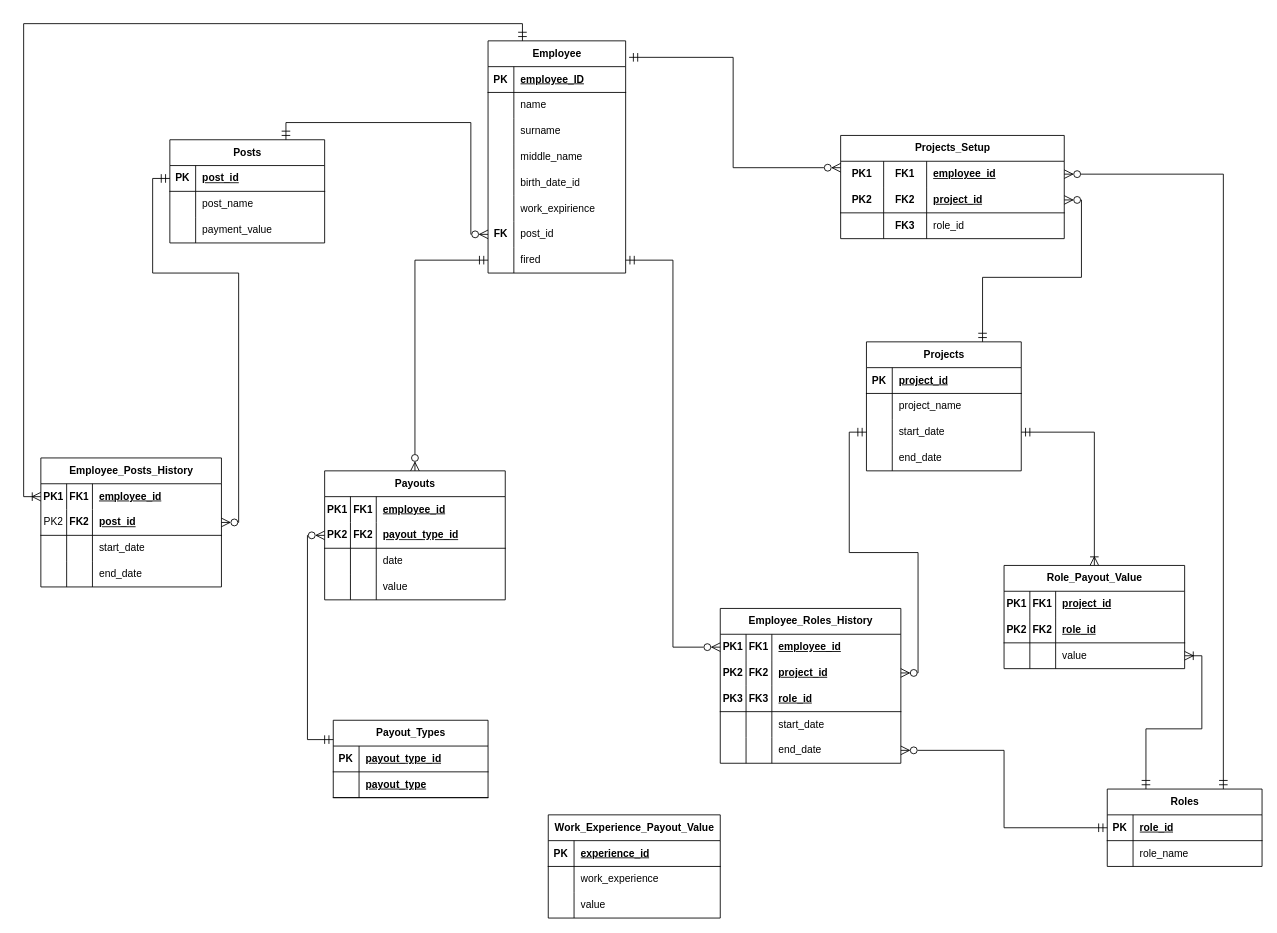
Above: SalarySatementDBScheme.drawio in yaroslav070705/SalaryStatement_JAVA_WEB (draw.io), before the change. Source tidied: cells renumbered, new cells numbered last; positions are measured from the earlier drawing's top-left corner, leaving out a move shared by most shapes. Both pictures are drawn from the tidied source at 86%, with x=0, y=0 at pixel (23, 23).
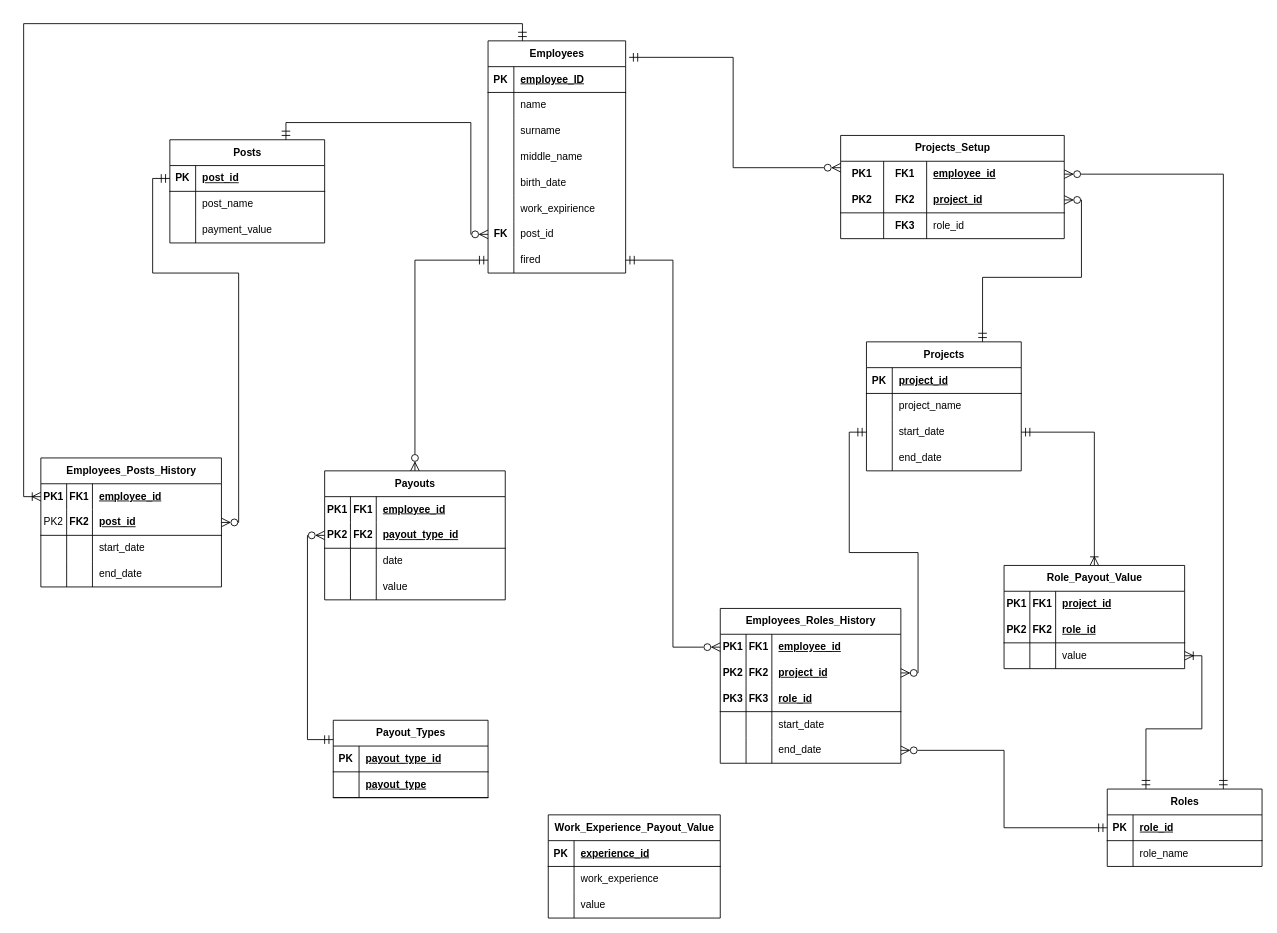
The same page after the edit.

Unchanged cells that the change refers to:
```xml
<mxCell id="15" style="shape=tableRow;horizontal=0;startSize=0;swimlaneHead=0;swimlaneBody=0;fillColor=none;top=0;left=0;right=0;bottom=0;" parent="2" vertex="1">
  <mxGeometry y="150" width="160" height="30" as="geometry" />
</mxCell>
```

The edit, as a diff of the source:
```diff
@@
-    <mxCell id="2" value="Employee" style="shape=table;startSize=30;childLayout=tableLayout;rowLines=0;fontStyle=1;align=center;html=1;" parent="1" vertex="1">
+    <mxCell id="2" value="Employees" style="shape=table;startSize=30;childLayout=tableLayout;rowLines=0;fontStyle=1;align=center;html=1;" parent="1" vertex="1">
       <mxGeometry x="540" y="20" width="160" height="270" as="geometry" />
     </mxCell>
@@
-    <mxCell id="17" value="birth_date_id" style="shape=partialRectangle;fillColor=none;top=0;left=0;bottom=0;right=0;align=left;spacingLeft=6;overflow=hidden;whiteSpace=wrap;html=1;" parent="15" vertex="1">
+    <mxCell id="17" value="birth_date" style="shape=partialRectangle;fillColor=none;top=0;left=0;bottom=0;right=0;align=left;spacingLeft=6;overflow=hidden;whiteSpace=wrap;html=1;" parent="15" vertex="1">
       <mxGeometry x="30" width="130" height="30" as="geometry" />
     </mxCell>
@@
-    <mxCell id="75" value="Employee_Posts_History" style="shape=table;startSize=30;childLayout=tableLayout;rowLines=0;fontStyle=1;align=center;html=1;" parent="1" vertex="1">
+    <mxCell id="75" value="Employees_Posts_History" style="shape=table;startSize=30;childLayout=tableLayout;rowLines=0;fontStyle=1;align=center;html=1;" parent="1" vertex="1">
       <mxGeometry x="20" y="505" width="210" height="150" as="geometry" />
     </mxCell>
@@
-    <mxCell id="121" value="Employee_Roles_History" style="shape=table;startSize=30;childLayout=tableLayout;rowLines=0;fontStyle=1;align=center;html=1;" parent="1" vertex="1">
+    <mxCell id="121" value="Employees_Roles_History" style="shape=table;startSize=30;childLayout=tableLayout;rowLines=0;fontStyle=1;align=center;html=1;" parent="1" vertex="1">
       <mxGeometry x="810" y="680" width="210" height="180" as="geometry" />
     </mxCell>
```
